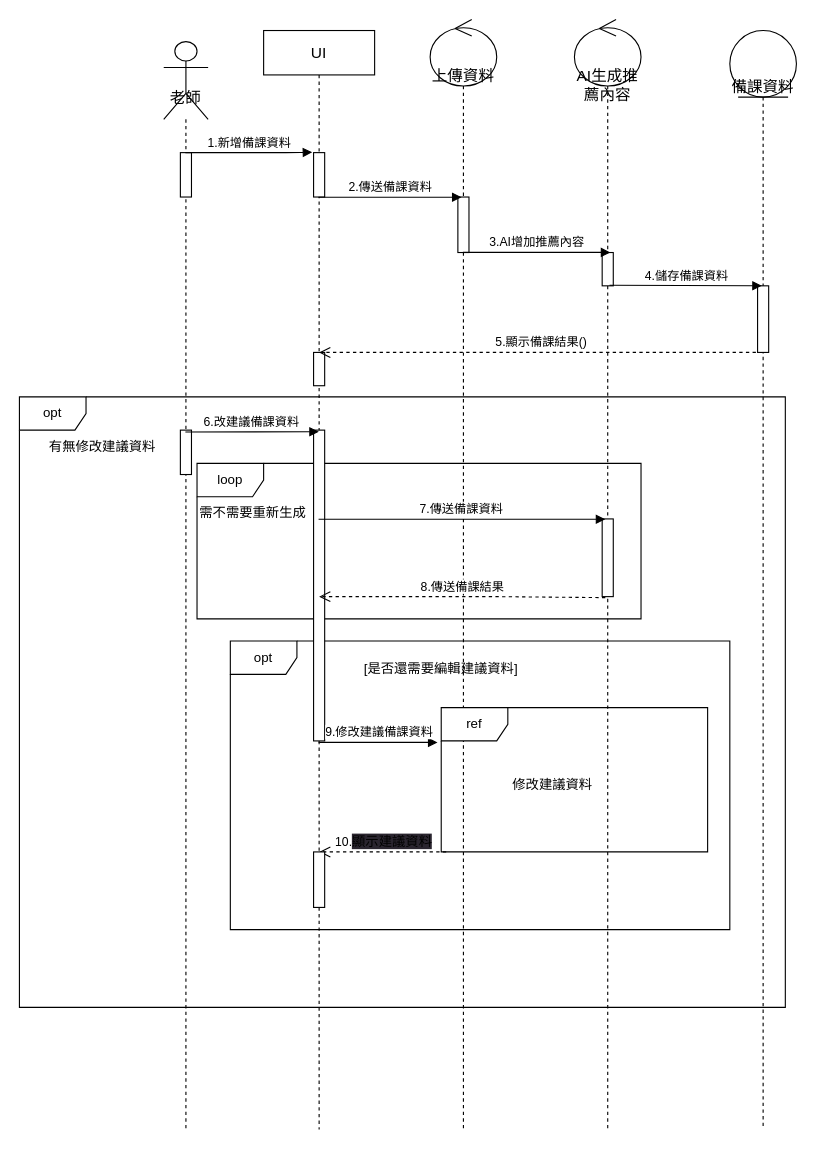
Earlier version of the draw.io diagram AC循序圖(建立備課資料並修改建議資料).drawio (Kevincheng0804/System-analysis). Source tidied: cells renumbered, new cells numbered last; positions are measured from the earlier drawing's top-left corner, leaving out a move shared by most shapes. Both pictures are drawn from the tidied source at 111%, with x=0, y=0 at pixel (19, 19).
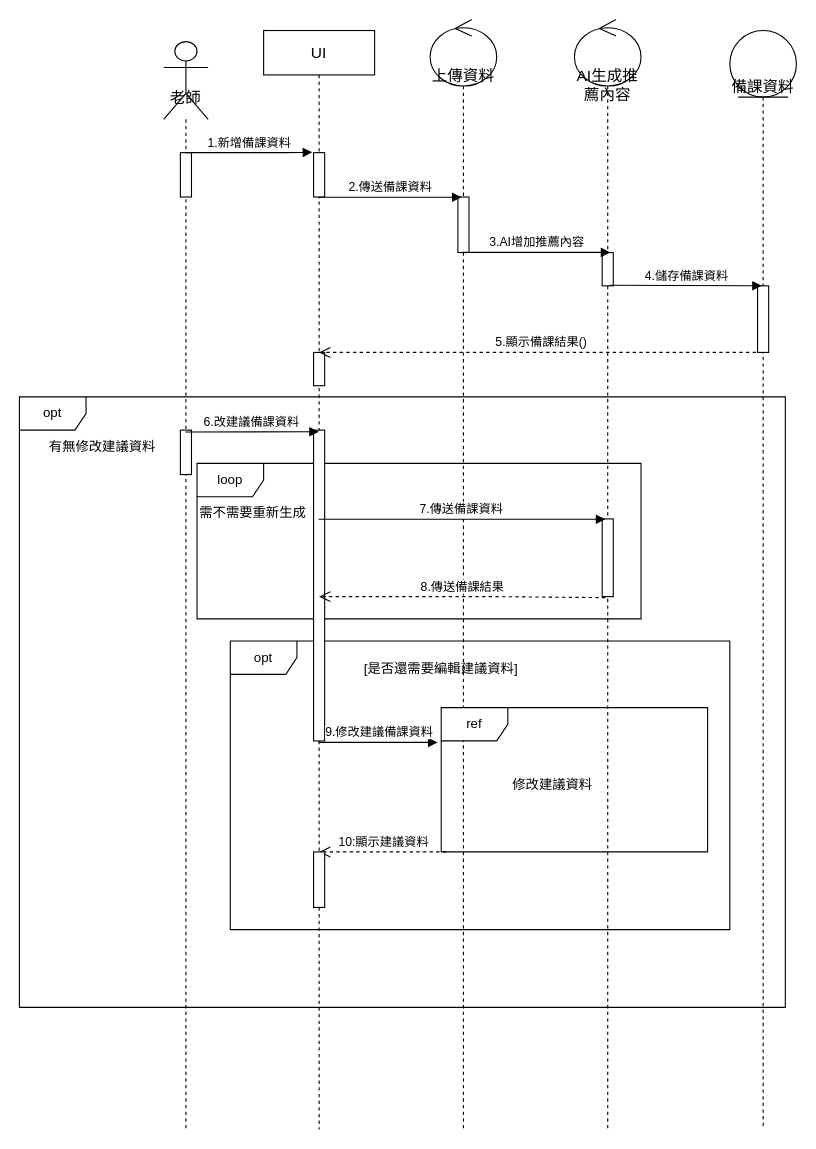
The same diagram, later.

Commit message:
更新AC循序圖(建立備課資料並修改建議資料).drawio

Unchanged cells that the change refers to:
```xml
<mxCell id="8" value="UI" style="shape=umlLifeline;perimeter=lifelinePerimeter;whiteSpace=wrap;html=1;outlineConnect=0;fontSize=14;" parent="1" vertex="1">
  <mxGeometry x="220" y="10" width="100" height="990" as="geometry" />
</mxCell>
```

Change to the diagram source:
```diff
@@
-    <mxCell id="12" value="10.&lt;span style=&quot;font-size: 12px; background-color: rgb(42, 37, 47);&quot;&gt;顯示建議資料&lt;/span&gt;" style="html=1;verticalAlign=bottom;endArrow=open;dashed=1;endSize=8;" parent="8" edge="1">
+    <mxCell id="12" value="10:顯示建議資料" style="html=1;verticalAlign=bottom;endArrow=open;dashed=1;endSize=8;" parent="8" edge="1">
       <mxGeometry relative="1" as="geometry">
         <mxPoint x="164.5" y="740" as="sourcePoint" />
         <mxPoint x="50" y="740" as="targetPoint" />
         <Array as="points">
           <mxPoint x="85" y="740" />
         </Array>
       </mxGeometry>
     </mxCell>
```
